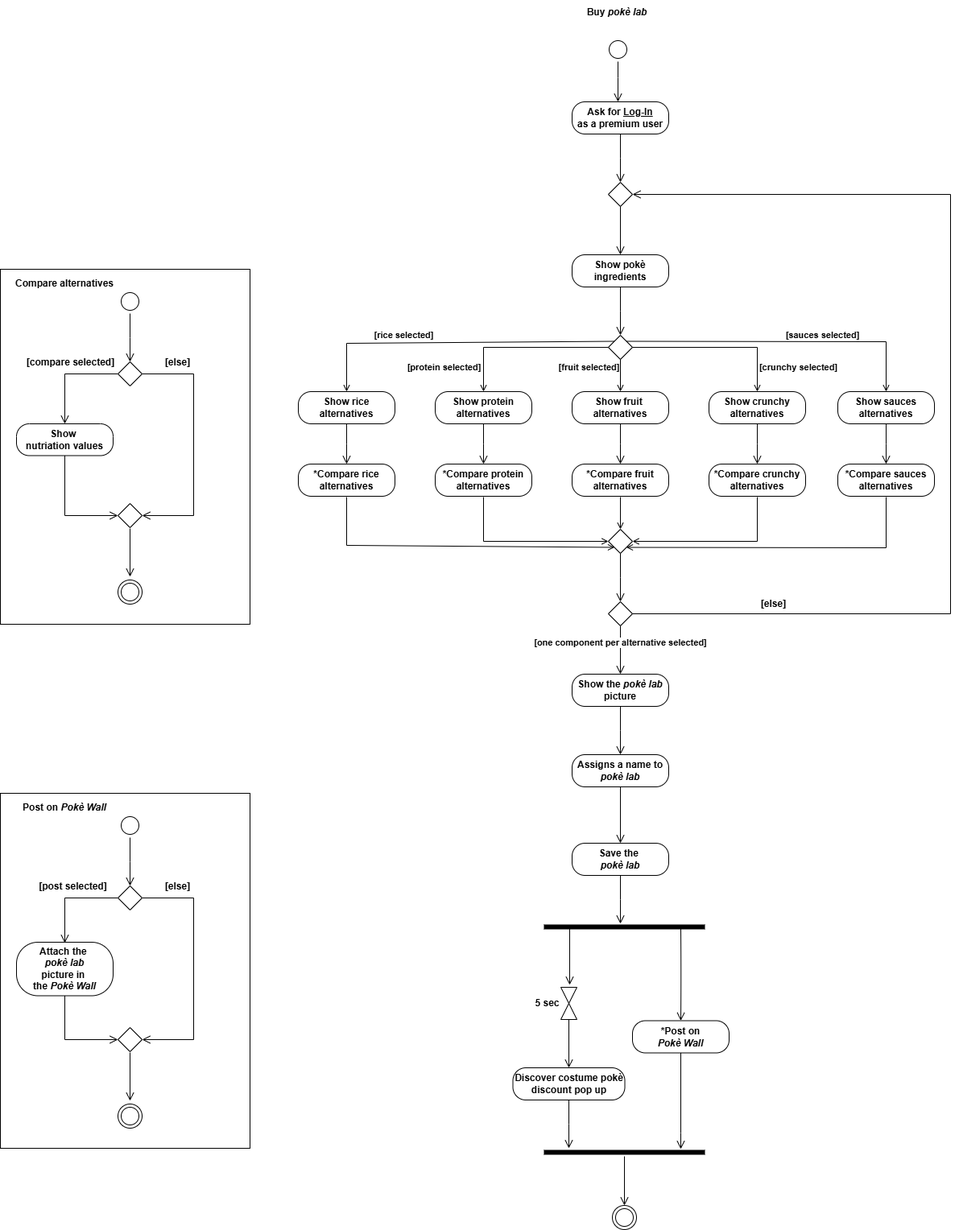
The draw.io diagram diagrams/ActivityDiagram.drawio.png in matteopinfildi/ISPW-Project, before a commit. Source tidied: cells renumbered, new cells last; positions are measured from the earlier drawing's top-left corner, leaving out a move shared by most shapes.
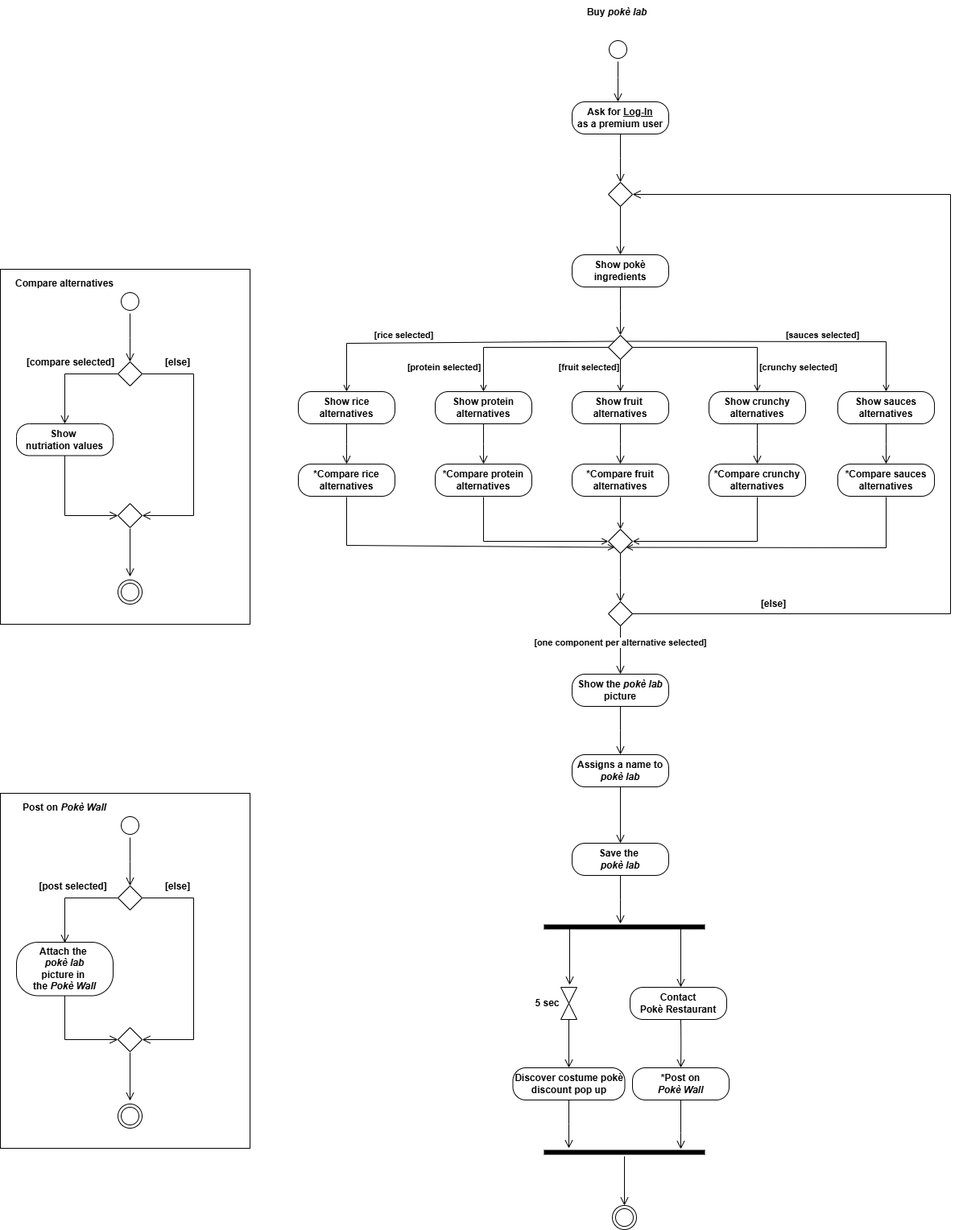
Above is the later version.

Change to the diagram source:
```diff
@@ -214,16 +214,17 @@
         <mxPoint x="707" y="1223" as="targetPoint" />
       </mxGeometry>
     </mxCell>
-    <mxCell id="46" style="edgeStyle=orthogonalEdgeStyle;html=1;verticalAlign=bottom;endArrow=open;endSize=8;rounded=0;fontSize=12;curved=1;labelBackgroundColor=none;fontColor=default;entryX=0.5;entryY=0;entryDx=0;entryDy=0;" parent="1" edge="1" target="48">
+    <mxCell id="46" style="edgeStyle=orthogonalEdgeStyle;html=1;verticalAlign=bottom;endArrow=open;endSize=8;rounded=0;fontSize=12;curved=1;labelBackgroundColor=none;fontColor=default;" parent="1" edge="1">
       <mxGeometry relative="1" as="geometry">
         <mxPoint x="845" y="1153" as="sourcePoint" />
+        <mxPoint x="845" y="1226" as="targetPoint" />
       </mxGeometry>
     </mxCell>
     <mxCell id="47" value="&lt;b&gt;5 sec&lt;/b&gt;" style="shape=collate;html=1;spacingLeft=-55;labelBackgroundColor=none;" parent="1" vertex="1">
       <mxGeometry x="696" y="1226" width="20" height="40" as="geometry" />
     </mxCell>
     <mxCell id="48" value="&lt;b&gt;*Post on&lt;/b&gt;&lt;div&gt;&lt;b&gt;&lt;i&gt;Pokè Wall&lt;/i&gt;&lt;/b&gt;&lt;/div&gt;" style="rounded=1;whiteSpace=wrap;html=1;arcSize=40;labelBackgroundColor=none;" parent="1" vertex="1">
-      <mxGeometry x="785" y="1267.5" width="120" height="40" as="geometry" />
+      <mxGeometry x="785" y="1326" width="120" height="40" as="geometry" />
     </mxCell>
     <mxCell id="49" style="edgeStyle=orthogonalEdgeStyle;html=1;verticalAlign=bottom;endArrow=open;endSize=8;rounded=0;fontSize=12;curved=1;labelBackgroundColor=none;fontColor=default;exitX=0.5;exitY=1;exitDx=0;exitDy=0;" parent="1" edge="1" source="48">
       <mxGeometry relative="1" as="geometry">
@@ -408,5 +409,13 @@
     <mxCell id="89" value="&lt;span style=&quot;font-size: 12px;&quot;&gt;&lt;b&gt;Compare alternatives&lt;/b&gt;&lt;/span&gt;" style="text;strokeColor=none;fillColor=none;html=1;align=center;verticalAlign=middle;whiteSpace=wrap;rounded=0;fontSize=16;labelBackgroundColor=none;" parent="1" vertex="1">
       <mxGeometry x="5" y="334.5" width="150" height="30" as="geometry" />
     </mxCell>
+    <mxCell id="90" value="&lt;b&gt;Contact&lt;/b&gt;&lt;div&gt;&lt;b&gt;Pokè Restaurant&lt;/b&gt;&lt;/div&gt;" style="rounded=1;whiteSpace=wrap;html=1;arcSize=40;labelBackgroundColor=none;" parent="1" vertex="1">
+      <mxGeometry x="782" y="1226" width="120" height="40" as="geometry" />
+    </mxCell>
+    <mxCell id="91" style="edgeStyle=orthogonalEdgeStyle;html=1;verticalAlign=bottom;endArrow=open;endSize=8;rounded=0;fontSize=12;curved=1;labelBackgroundColor=none;fontColor=default;entryX=0.5;entryY=0;entryDx=0;entryDy=0;" parent="1" edge="1" target="48">
+      <mxGeometry relative="1" as="geometry">
+        <mxPoint x="845" y="1266" as="sourcePoint" />
+      </mxGeometry>
+    </mxCell>
   </root>
 </mxGraphModel>
```
